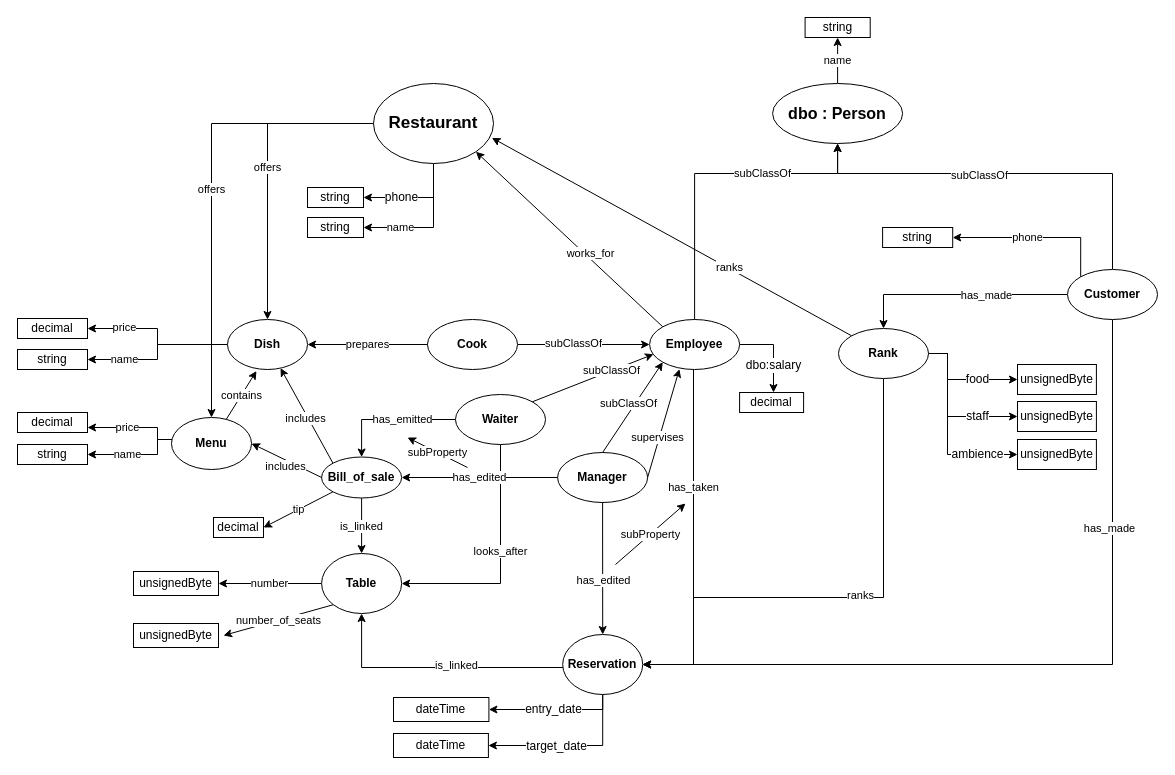
Above: schema/schema.dio in CH-KevinDubois/MAS-RAD-4-WEB-Mini-Projet (draw.io), before the change. Source tidied: cells renumbered, new cells numbered last; positions are measured from the earlier drawing's top-left corner, leaving out a move shared by most shapes. Both pictures are drawn from the tidied source at 100%, with x=0, y=0 at pixel (17, 17).
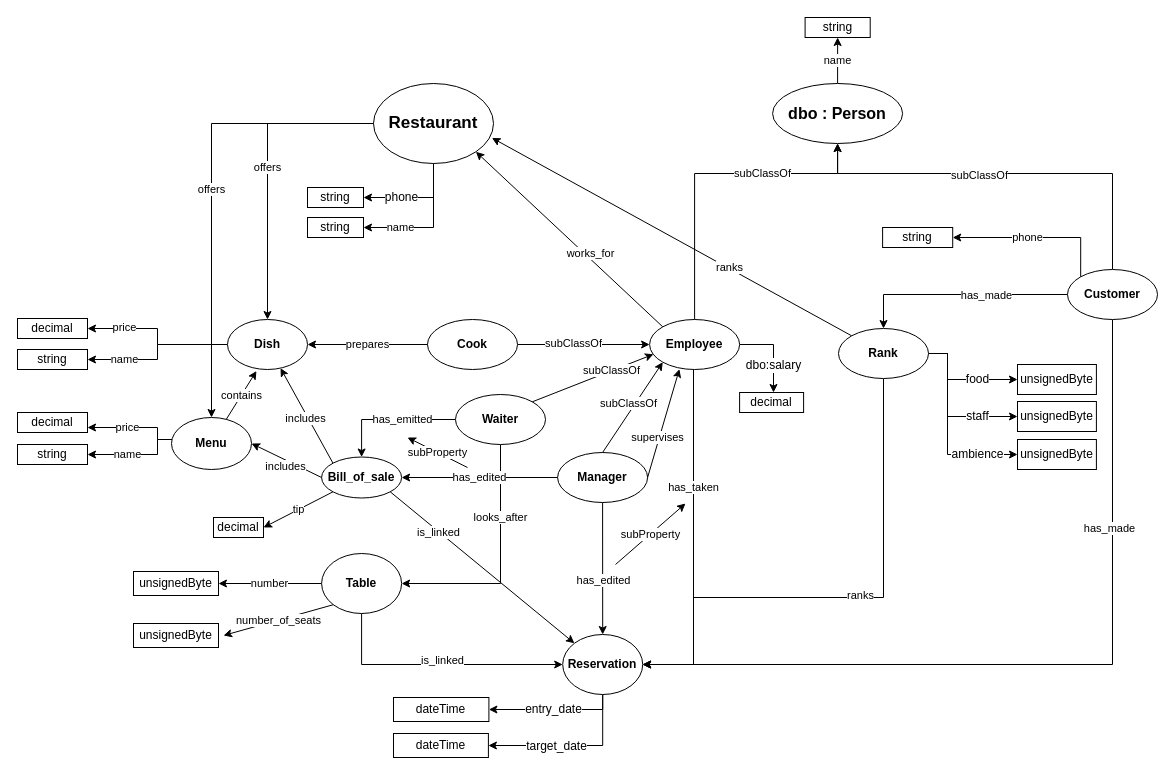
After the change.

Unchanged cells that the change refers to:
```xml
<mxCell id="23" value="Waiter" style="ellipse;whiteSpace=wrap;html=1;fontStyle=1;" parent="1" vertex="1">
  <mxGeometry x="438" y="377" width="90" height="50" as="geometry" />
</mxCell>
<mxCell id="29" value="&lt;font style=&quot;font-size: 12px&quot;&gt;Table&lt;/font&gt;" style="ellipse;whiteSpace=wrap;html=1;fontStyle=1;" parent="1" vertex="1">
  <mxGeometry x="304.1" y="536" width="80" height="60" as="geometry" />
</mxCell>
<mxCell id="35" value="&lt;font style=&quot;font-size: 12px&quot;&gt;Reservation&lt;/font&gt;" style="ellipse;whiteSpace=wrap;html=1;fontStyle=1;" parent="1" vertex="1">
  <mxGeometry x="545.2" y="617" width="80" height="60" as="geometry" />
</mxCell>
<mxCell id="56" value="&lt;font style=&quot;font-size: 12px&quot;&gt;Bill_of_sale&lt;/font&gt;" style="ellipse;whiteSpace=wrap;html=1;fontStyle=1;" parent="1" vertex="1">
  <mxGeometry x="304.1" y="439.5" width="80" height="41" as="geometry" />
</mxCell>
```

Change to the diagram source:
```diff
@@
     <mxCell id="21" value="looks_after" style="edgeStyle=orthogonalEdgeStyle;rounded=0;jettySize=auto;html=1;exitX=0.5;exitY=1;exitDx=0;exitDy=0;entryX=1;entryY=0.5;entryDx=0;entryDy=0;" parent="1" edge="1" source="23" target="29">
-      <mxGeometry x="-0.1" relative="1" as="geometry">
+      <mxGeometry x="-0.39" relative="1" as="geometry">
         <Array as="points">
           <mxPoint x="483" y="566" />
         </Array>
       </mxGeometry>
     </mxCell>
@@
-    <mxCell id="30" style="edgeStyle=orthogonalEdgeStyle;rounded=0;jettySize=auto;html=1;entryX=0.5;entryY=1;entryDx=0;entryDy=0;" parent="1" edge="1" source="35" target="29">
+    <mxCell id="30" style="edgeStyle=orthogonalEdgeStyle;rounded=0;jettySize=auto;html=1;entryX=0;entryY=0.5;entryDx=0;entryDy=0;exitX=0.5;exitY=1;exitDx=0;exitDy=0;" parent="1" edge="1" source="29" target="35">
       <mxGeometry relative="1" as="geometry">
         <Array as="points">
-          <mxPoint x="344" y="650" />
+          <mxPoint x="344" y="647" />
         </Array>
       </mxGeometry>
     </mxCell>
     <mxCell id="31" value="is_linked" style="edgeLabel;html=1;align=center;verticalAlign=middle;" parent="30" vertex="1">
       <mxGeometry x="0.19" y="1" relative="1" as="geometry">
-        <mxPoint x="45.4" y="-4" as="offset" />
+        <mxPoint x="-18.6" y="-4" as="offset" />
       </mxGeometry>
     </mxCell>
@@
-    <mxCell id="51" value="is_linked" style="endArrow=classic;html=1;exitX=0.5;exitY=1;exitDx=0;exitDy=0;entryX=0.5;entryY=0;entryDx=0;entryDy=0;" parent="1" edge="1" source="56" target="29">
-      <mxGeometry relative="1" as="geometry" />
+    <mxCell id="51" value="is_linked" style="endArrow=classic;html=1;exitX=1;exitY=1;exitDx=0;exitDy=0;entryX=0;entryY=0;entryDx=0;entryDy=0;" parent="1" edge="1" source="56" target="35">
+      <mxGeometry x="-0.47" y="-1" relative="1" as="geometry" />
     </mxCell>
```
